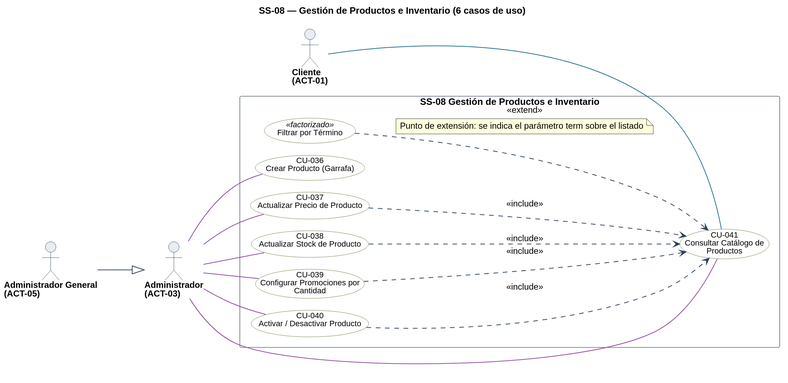
Earlier version of the PlantUML export diagramas/uml/CU_SS-08_Gestion-De-Productos.svg (Nahuelito-Dev/splg-docs).
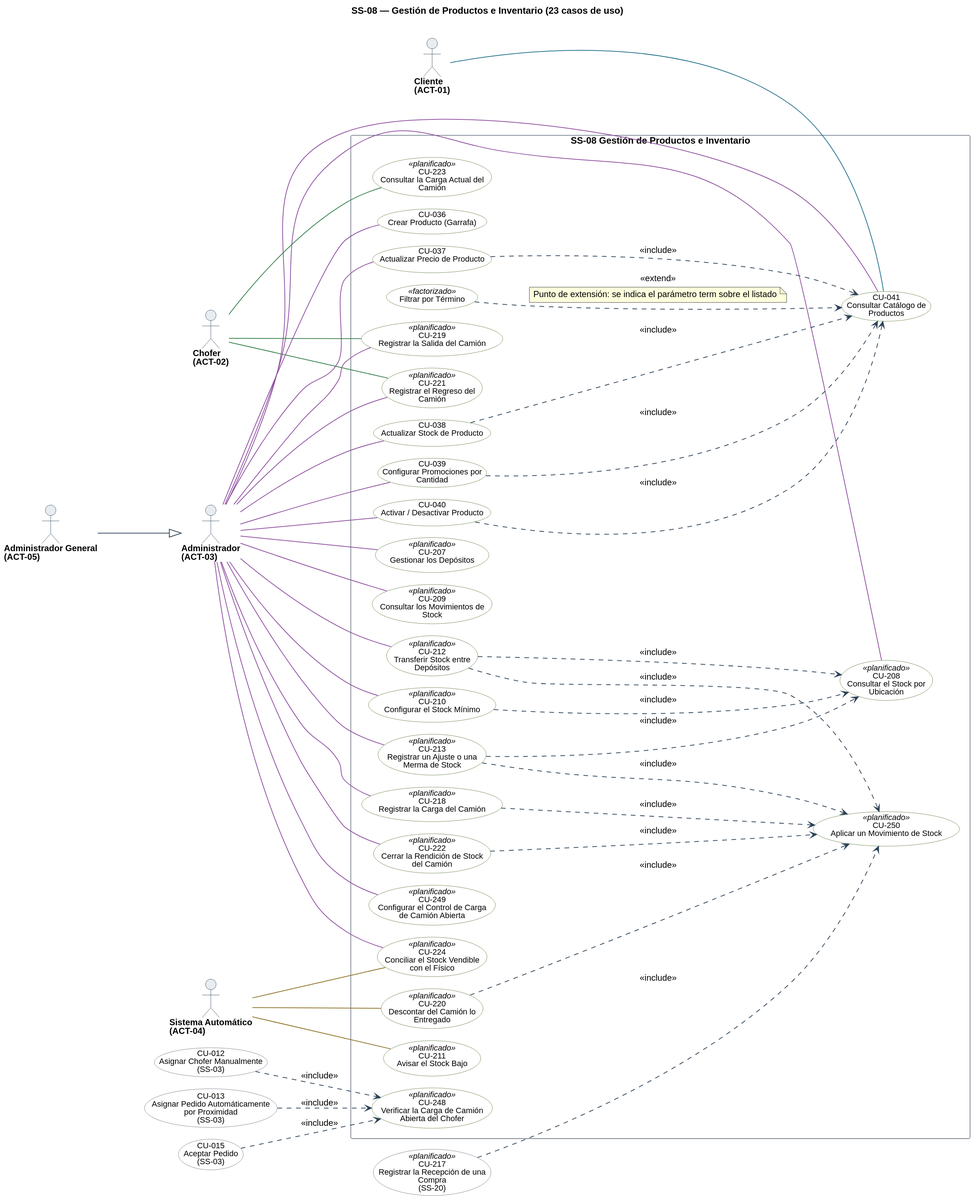
After the change.

What changed in the source:
```diff
@@ -1,5 +1,5 @@
 @startuml
-title SS-08 — Gestión de Productos e Inventario (6 casos de uso)
+title SS-08 — Gestión de Productos e Inventario (23 casos de uso)
 left to right direction
 skinparam backgroundColor #FFFFFF
 skinparam shadowing false
@@ -35,7 +35,9 @@
 }
 
 actor "Cliente\n(ACT-01)" as A01
+actor "Chofer\n(ACT-02)" as A02
 actor "Administrador\n(ACT-03)" as A03
+actor "Sistema Automático\n(ACT-04)" as A04
 actor "Administrador General\n(ACT-05)" as A05
 
 rectangle "SS-08 Gestión de Productos e Inventario" {
@@ -45,22 +47,74 @@
   usecase "CU-039\nConfigurar Promociones por\nCantidad" as U039 #back:FFFFFF;line:5E7A3A
   usecase "CU-040\nActivar / Desactivar Producto" as U040 #back:FFFFFF;line:5E7A3A
   usecase "CU-041\nConsultar Catálogo de\nProductos" as U041 #back:FFFFFF;line:5E7A3A
+  usecase "CU-207\nGestionar los Depósitos" as U207 <<planificado>> #back:FFFFFF;line:5E7A3A
+  usecase "CU-208\nConsultar el Stock por\nUbicación" as U208 <<planificado>> #back:FFFFFF;line:5E7A3A
+  usecase "CU-209\nConsultar los Movimientos de\nStock" as U209 <<planificado>> #back:FFFFFF;line:5E7A3A
+  usecase "CU-210\nConfigurar el Stock Mínimo" as U210 <<planificado>> #back:FFFFFF;line:5E7A3A
+  usecase "CU-211\nAvisar el Stock Bajo" as U211 <<planificado>> #back:FFFFFF;line:5E7A3A
+  usecase "CU-212\nTransferir Stock entre\nDepósitos" as U212 <<planificado>> #back:FFFFFF;line:5E7A3A
+  usecase "CU-213\nRegistrar un Ajuste o una\nMerma de Stock" as U213 <<planificado>> #back:FFFFFF;line:5E7A3A
+  usecase "CU-218\nRegistrar la Carga del Camión" as U218 <<planificado>> #back:FFFFFF;line:5E7A3A
+  usecase "CU-219\nRegistrar la Salida del Camión" as U219 <<planificado>> #back:FFFFFF;line:5E7A3A
+  usecase "CU-220\nDescontar del Camión lo\nEntregado" as U220 <<planificado>> #back:FFFFFF;line:5E7A3A
+  usecase "CU-221\nRegistrar el Regreso del\nCamión" as U221 <<planificado>> #back:FFFFFF;line:5E7A3A
+  usecase "CU-222\nCerrar la Rendición de Stock\ndel Camión" as U222 <<planificado>> #back:FFFFFF;line:5E7A3A
+  usecase "CU-223\nConsultar la Carga Actual del\nCamión" as U223 <<planificado>> #back:FFFFFF;line:5E7A3A
+  usecase "CU-224\nConciliar el Stock Vendible\ncon el Físico" as U224 <<planificado>> #back:FFFFFF;line:5E7A3A
+  usecase "CU-248\nVerificar la Carga de Camión\nAbierta del Chofer" as U248 <<planificado>> #back:FFFFFF;line:5E7A3A
+  usecase "CU-249\nConfigurar el Control de Carga\nde Camión Abierta" as U249 <<planificado>> #back:FFFFFF;line:5E7A3A
+  usecase "CU-250\nAplicar un Movimiento de Stock" as U250 <<planificado>> #back:FFFFFF;line:5E7A3A
   usecase "Filtrar por Término" as F_TERM <<factorizado>> #back:FFFFFF;line:5E7A3A
 }
 
+usecase "CU-012\nAsignar Chofer Manualmente\n(SS-03)" as U012 #back:FFFFFF;line:6B7683
+usecase "CU-013\nAsignar Pedido Automáticamente\npor Proximidad\n(SS-03)" as U013 #back:FFFFFF;line:6B7683
+usecase "CU-015\nAceptar Pedido\n(SS-03)" as U015 #back:FFFFFF;line:6B7683
+usecase "CU-217\nRegistrar la Recepción de una\nCompra\n(SS-20)" as U217 <<planificado>> #back:FFFFFF;line:6B7683
+
 A01 -[#1F6F8B]- U041
+A02 -[#2E7D46]- U219
+A02 -[#2E7D46]- U221
+A02 -[#2E7D46]- U223
 A03 -[#8C4A9E]- U036
 A03 -[#8C4A9E]- U037
 A03 -[#8C4A9E]- U038
 A03 -[#8C4A9E]- U039
 A03 -[#8C4A9E]- U040
 A03 -[#8C4A9E]- U041
+A03 -[#8C4A9E]- U207
+A03 -[#8C4A9E]- U208
+A03 -[#8C4A9E]- U209
+A03 -[#8C4A9E]- U210
+A03 -[#8C4A9E]- U212
+A03 -[#8C4A9E]- U213
+A03 -[#8C4A9E]- U218
+A03 -[#8C4A9E]- U219
+A03 -[#8C4A9E]- U221
+A03 -[#8C4A9E]- U222
+A03 -[#8C4A9E]- U224
+A03 -[#8C4A9E]- U249
+A04 -[#8A6D1F]- U211
+A04 -[#8A6D1F]- U220
+A04 -[#8A6D1F]- U224
 A05 --|> A03
 
 U037 ..> U041 : <<include>>
 U038 ..> U041 : <<include>>
 U039 ..> U041 : <<include>>
 U040 ..> U041 : <<include>>
+U210 ..> U208 : <<include>>
+U212 ..> U208 : <<include>>
+U213 ..> U208 : <<include>>
+U212 ..> U250 : <<include>>
+U213 ..> U250 : <<include>>
+U218 ..> U250 : <<include>>
+U220 ..> U250 : <<include>>
+U222 ..> U250 : <<include>>
+U217 ..> U250 : <<include>>
+U012 ..> U248 : <<include>>
+U013 ..> U248 : <<include>>
+U015 ..> U248 : <<include>>
 
 F_TERM ..> U041 : <<extend>>
 note on link
```
